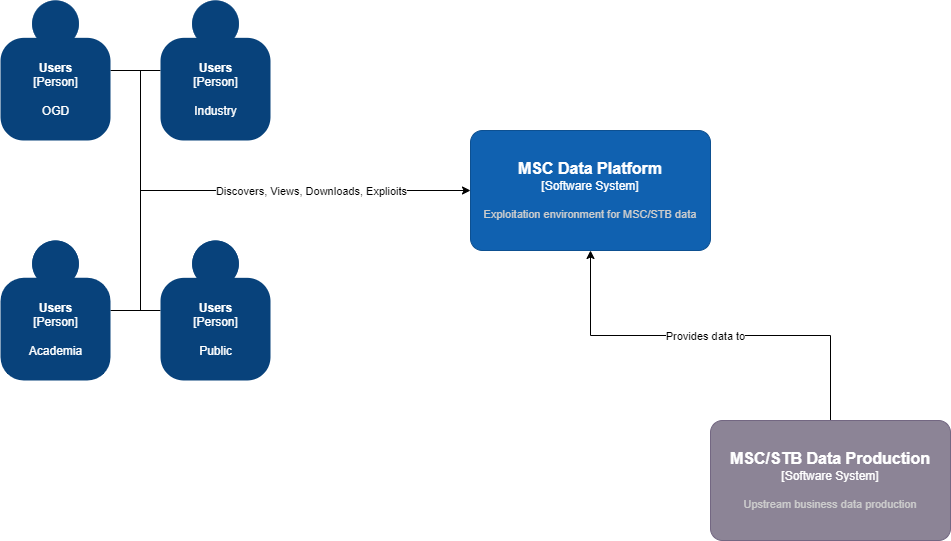
The draw.io diagram architecture/c4.system-context.png in ECCC-MSC/msc-data-platform, before a commit. Source tidied: cells renumbered, new cells last; positions are measured from the earlier drawing's top-left corner, leaving out a move shared by most shapes.
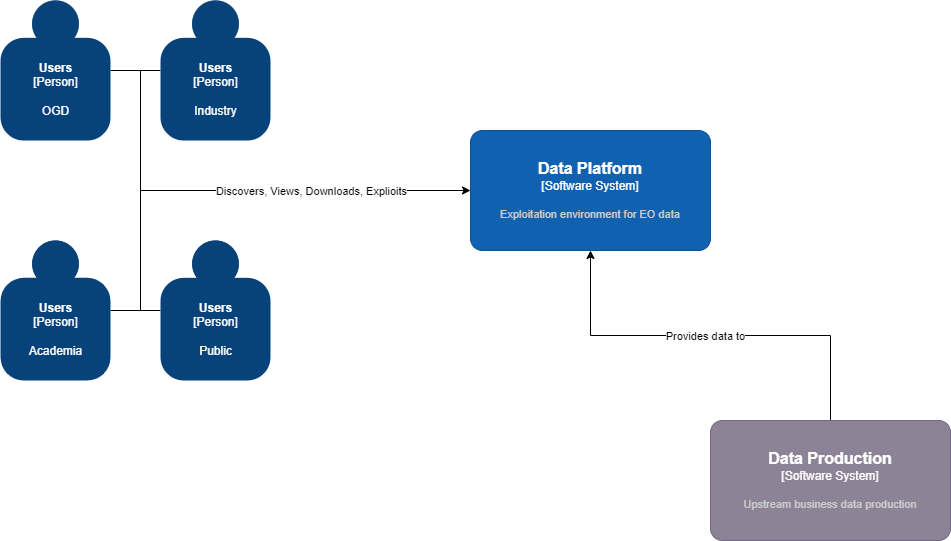
Later version of the same file.

Commit message:
make diagrams more GitHub

The edit, as a diff of the source:
```diff
@@ -2,7 +2,7 @@
   <root>
     <mxCell id="0" />
     <mxCell id="1" parent="0" />
-    <object id="2" label="&lt;font style=&quot;font-size: 16px&quot;&gt;&lt;b&gt;%c4Name%&lt;/b&gt;&lt;/font&gt;&lt;div&gt;[%c4Type%]&lt;/div&gt;&lt;br&gt;&lt;div&gt;&lt;font style=&quot;font-size: 11px&quot;&gt;&lt;font color=&quot;#cccccc&quot;&gt;%c4Description%&lt;/font&gt;&lt;/div&gt;" c4Description="Exploitation environment for MSC/STB data" c4Name="MSC Data Platform" c4Type="Software System" placeholders="1">
+    <object id="2" label="&lt;font style=&quot;font-size: 16px&quot;&gt;&lt;b&gt;%c4Name%&lt;/b&gt;&lt;/font&gt;&lt;div&gt;[%c4Type%]&lt;/div&gt;&lt;br&gt;&lt;div&gt;&lt;font style=&quot;font-size: 11px&quot;&gt;&lt;font color=&quot;#cccccc&quot;&gt;%c4Description%&lt;/font&gt;&lt;/div&gt;" c4Description="Exploitation environment for EO data" c4Name="Data Platform" c4Type="Software System" placeholders="1">
       <mxCell style="rounded=1;whiteSpace=wrap;html=1;labelBackgroundColor=none;fillColor=#1061B0;fontColor=#ffffff;align=center;arcSize=10;strokeColor=#0D5091;points=[[0.25,0,0],[0.5,0,0],[0.75,0,0],[1,0.25,0],[1,0.5,0],[1,0.75,0],[0.75,1,0],[0.5,1,0],[0.25,1,0],[0,0.75,0],[0,0.5,0],[0,0.25,0]];" parent="1" vertex="1">
         <mxGeometry x="470" y="130" width="240" height="120" as="geometry" />
       </mxCell>
@@ -13,7 +13,7 @@
     <mxCell id="4" value="Provides data to" style="edgeLabel;html=1;align=center;verticalAlign=middle;" parent="3" vertex="1">
       <mxGeometry x="0.03" relative="1" as="geometry" />
     </mxCell>
-    <object id="5" label="&lt;font style=&quot;font-size: 16px&quot;&gt;&lt;b&gt;%c4Name%&lt;/b&gt;&lt;/font&gt;&lt;div&gt;[%c4Type%]&lt;/div&gt;&lt;br&gt;&lt;div&gt;&lt;font style=&quot;font-size: 11px&quot;&gt;&lt;font color=&quot;#cccccc&quot;&gt;%c4Description%&lt;/font&gt;&lt;/div&gt;" c4Description="Upstream business data production" c4Name="MSC/STB Data Production" c4Type="Software System" placeholders="1">
+    <object id="5" label="&lt;font style=&quot;font-size: 16px&quot;&gt;&lt;b&gt;%c4Name%&lt;/b&gt;&lt;/font&gt;&lt;div&gt;[%c4Type%]&lt;/div&gt;&lt;br&gt;&lt;div&gt;&lt;font style=&quot;font-size: 11px&quot;&gt;&lt;font color=&quot;#cccccc&quot;&gt;%c4Description%&lt;/font&gt;&lt;/div&gt;" c4Description="Upstream business data production" c4Name="Data Production" c4Type="Software System" placeholders="1">
       <mxCell style="rounded=1;whiteSpace=wrap;html=1;labelBackgroundColor=none;fillColor=#8C8496;fontColor=#ffffff;align=center;arcSize=10;strokeColor=#736782;points=[[0.25,0,0],[0.5,0,0],[0.75,0,0],[1,0.25,0],[1,0.5,0],[1,0.75,0],[0.75,1,0],[0.5,1,0],[0.25,1,0],[0,0.75,0],[0,0.5,0],[0,0.25,0]];" parent="1" vertex="1">
         <mxGeometry x="710" y="420" width="240" height="120" as="geometry" />
       </mxCell>
```
